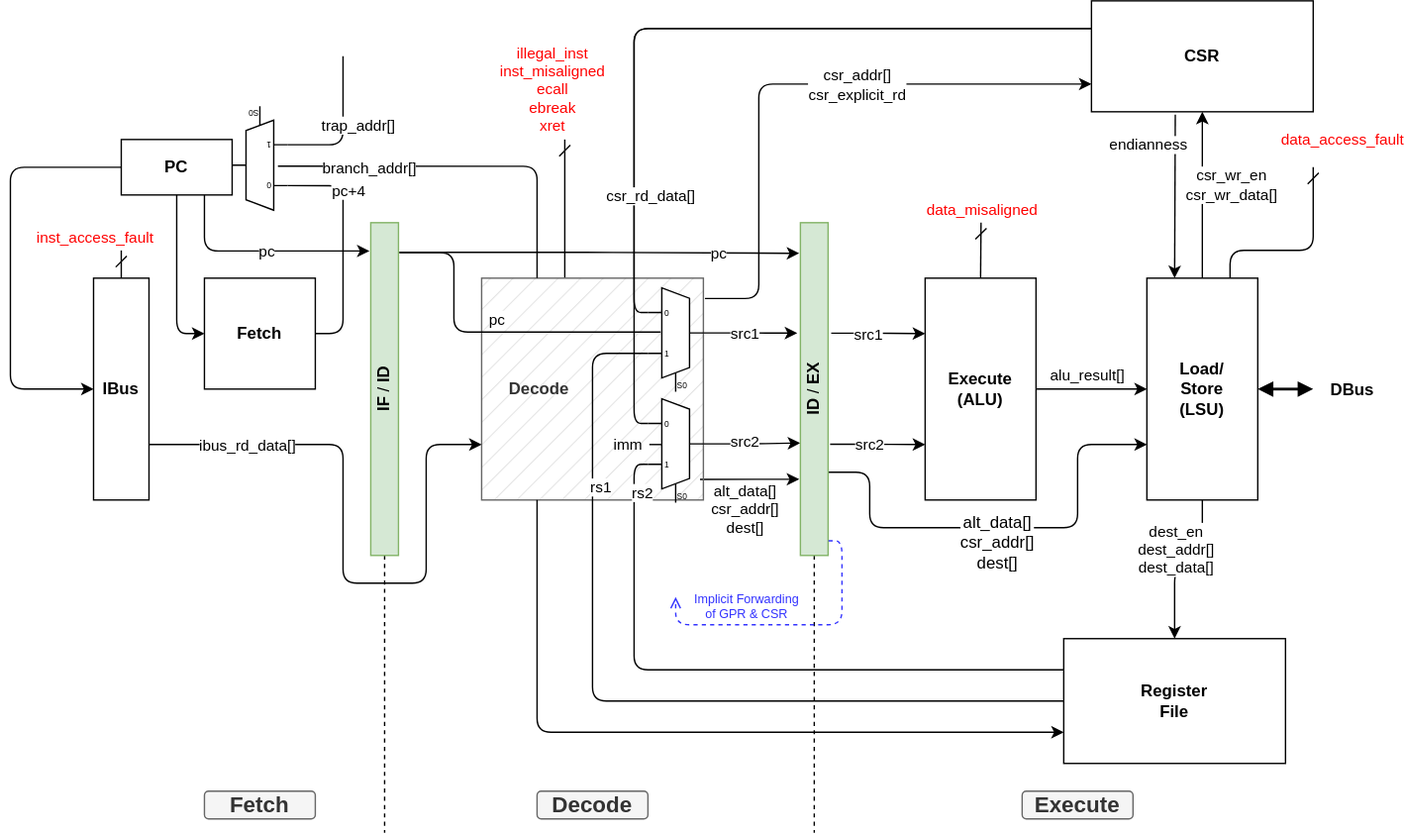
dhad4g/Lexington keeps this draw.io diagram as docs/figures/Pipeline.drawio.svg. Above is the earlier version. Source tidied: cells renumbered, new cells last; positions are measured from the earlier drawing's top-left corner, leaving out a move shared by most shapes.
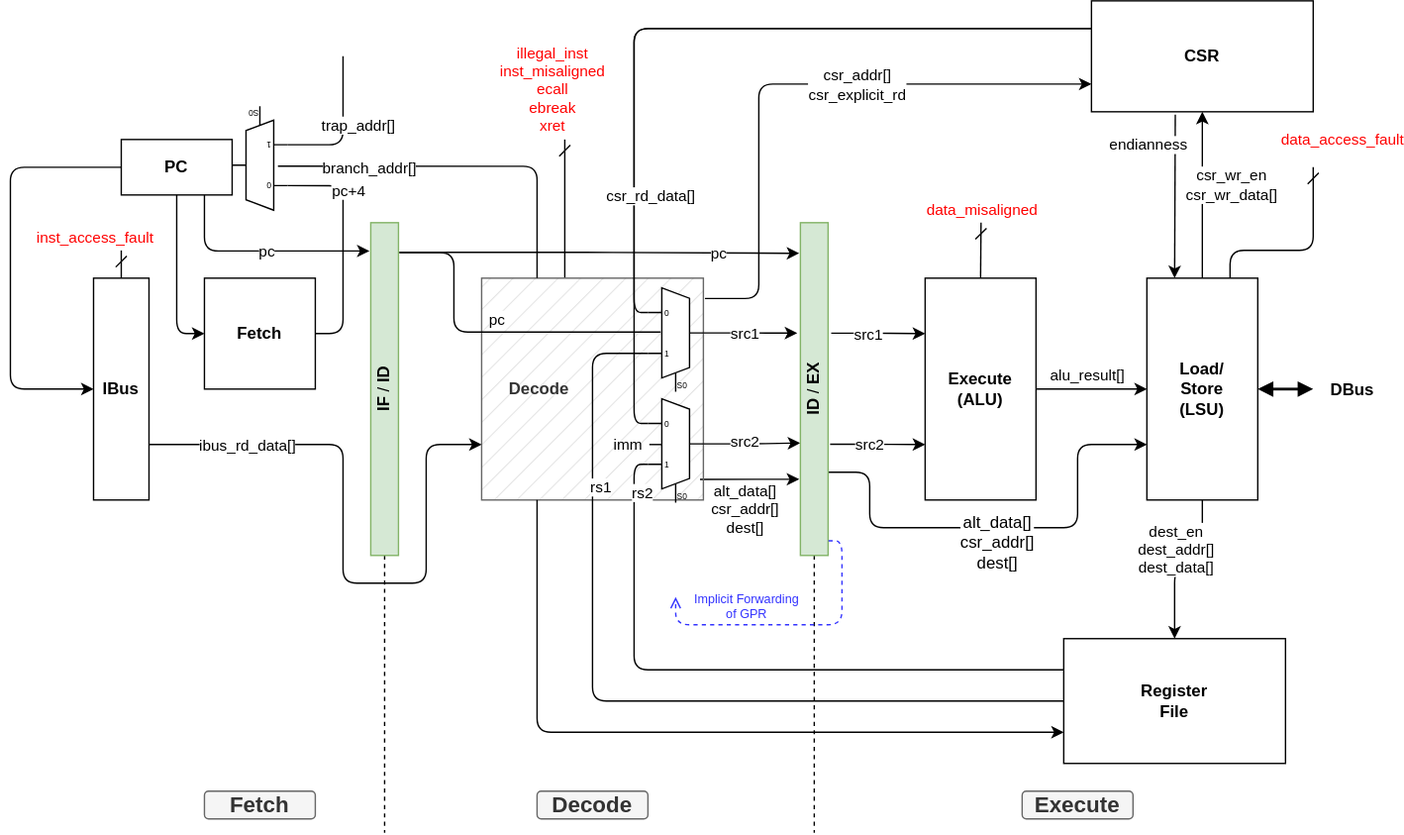
Above is the later version.

Diff of the diagram source:
```diff
@@ -381,7 +381,7 @@
         </Array>
       </mxGeometry>
     </mxCell>
-    <mxCell id="79" value="Implicit Forwarding&lt;br style=&quot;font-size: 9px;&quot;&gt;of GPR &amp;amp; CSR" style="edgeLabel;html=1;align=center;verticalAlign=middle;fontColor=#3333FF;fontSize=9;" parent="78" vertex="1">
+    <mxCell id="79" value="Implicit Forwarding&lt;br style=&quot;font-size: 9px;&quot;&gt;of GPR" style="edgeLabel;html=1;align=center;verticalAlign=middle;fontColor=#3333FF;fontSize=9;" parent="78" vertex="1">
       <mxGeometry x="0.39" y="2" relative="1" as="geometry">
         <mxPoint x="6" y="-16" as="offset" />
       </mxGeometry>
```
